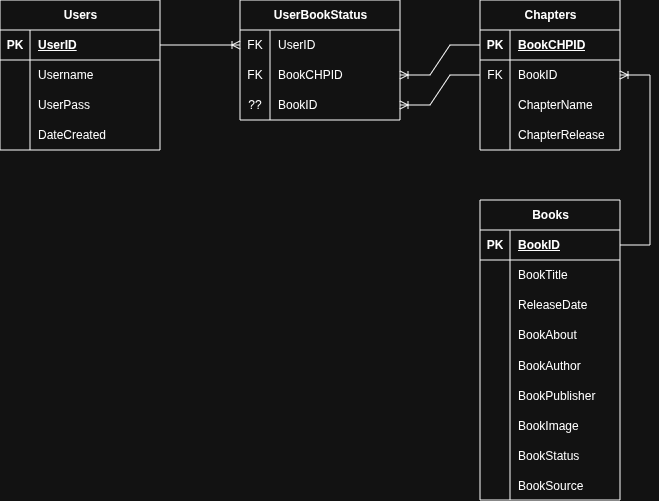
This is SlimeBalls/DesignAssets/DatabaseDiagram.png from Fabi985/Second-year-uni-proj, a draw.io export, as it was before one commit. Source tidied: cells renumbered, new cells last; positions are measured from the earlier drawing's top-left corner, leaving out a move shared by most shapes.
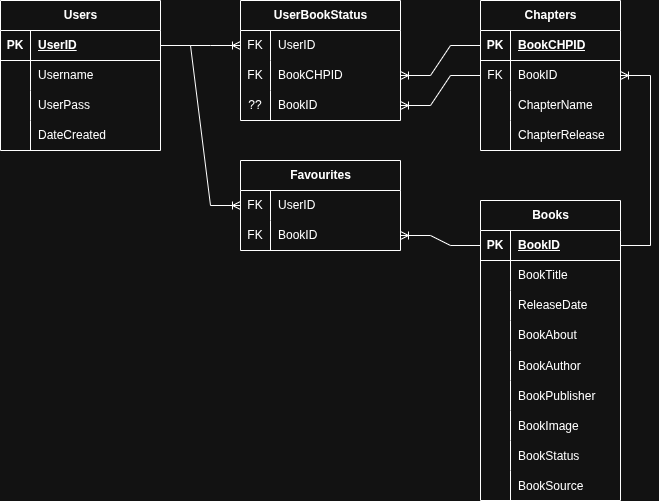
After the change.

Diff of the diagram source:
```diff
@@ -206,5 +206,32 @@
     <mxCell id="69" style="edgeStyle=entityRelationEdgeStyle;fontSize=12;html=1;endArrow=ERoneToMany;rounded=0;entryX=1;entryY=0.5;entryDx=0;entryDy=0;exitX=0;exitY=0.5;exitDx=0;exitDy=0;" parent="1" edge="1" source="47" target="63">
       <mxGeometry relative="1" as="geometry" />
     </mxCell>
+    <mxCell id="70" value="Favourites" style="shape=table;startSize=30;rowLines=0;fontStyle=1;align=center;html=1;" parent="1" vertex="1">
+      <mxGeometry x="240" y="160" width="160" height="90" as="geometry" />
+    </mxCell>
+    <mxCell id="71" style="shape=tableRow;horizontal=0;startSize=0;swimlaneHead=0;swimlaneBody=0;fillColor=none;points=[[0,0.5],[1,0.5]];portConstraint=eastwest;top=0;left=0;right=0;bottom=0;" parent="70" vertex="1">
+      <mxGeometry y="30" width="160" height="30" as="geometry" />
+    </mxCell>
+    <mxCell id="72" value="FK" style="shape=partialRectangle;fillColor=none;top=0;left=0;bottom=0;right=0;overflow=hidden;whiteSpace=wrap;html=1;" parent="71" vertex="1">
+      <mxGeometry width="30" height="30" as="geometry" />
+    </mxCell>
+    <mxCell id="73" value="UserID" style="shape=partialRectangle;fillColor=none;top=0;left=0;bottom=0;right=0;align=left;spacingLeft=6;overflow=hidden;whiteSpace=wrap;html=1;" parent="71" vertex="1">
+      <mxGeometry x="30" width="130" height="30" as="geometry" />
+    </mxCell>
+    <mxCell id="74" style="shape=tableRow;horizontal=0;startSize=0;swimlaneHead=0;swimlaneBody=0;fillColor=none;points=[[0,0.5],[1,0.5]];portConstraint=eastwest;top=0;left=0;right=0;bottom=0;" parent="70" vertex="1">
+      <mxGeometry y="60" width="160" height="30" as="geometry" />
+    </mxCell>
+    <mxCell id="75" value="FK" style="shape=partialRectangle;fillColor=none;top=0;left=0;bottom=0;right=0;overflow=hidden;whiteSpace=wrap;html=1;" parent="74" vertex="1">
+      <mxGeometry width="30" height="30" as="geometry" />
+    </mxCell>
+    <mxCell id="76" value="BookID" style="shape=partialRectangle;fillColor=none;top=0;left=0;bottom=0;right=0;align=left;spacingLeft=6;overflow=hidden;whiteSpace=wrap;html=1;" parent="74" vertex="1">
+      <mxGeometry x="30" width="130" height="30" as="geometry" />
+    </mxCell>
+    <mxCell id="77" style="edgeStyle=entityRelationEdgeStyle;fontSize=12;html=1;endArrow=ERoneToMany;rounded=0;exitX=1;exitY=0.5;exitDx=0;exitDy=0;entryX=0;entryY=0.5;entryDx=0;entryDy=0;" parent="1" edge="1" source="3" target="71">
+      <mxGeometry relative="1" as="geometry" />
+    </mxCell>
+    <mxCell id="78" style="edgeStyle=entityRelationEdgeStyle;fontSize=12;html=1;endArrow=ERoneToMany;rounded=0;exitX=0;exitY=0.5;exitDx=0;exitDy=0;entryX=1;entryY=0.5;entryDx=0;entryDy=0;" parent="1" edge="1" source="16" target="74">
+      <mxGeometry relative="1" as="geometry" />
+    </mxCell>
   </root>
 </mxGraphModel>
```
